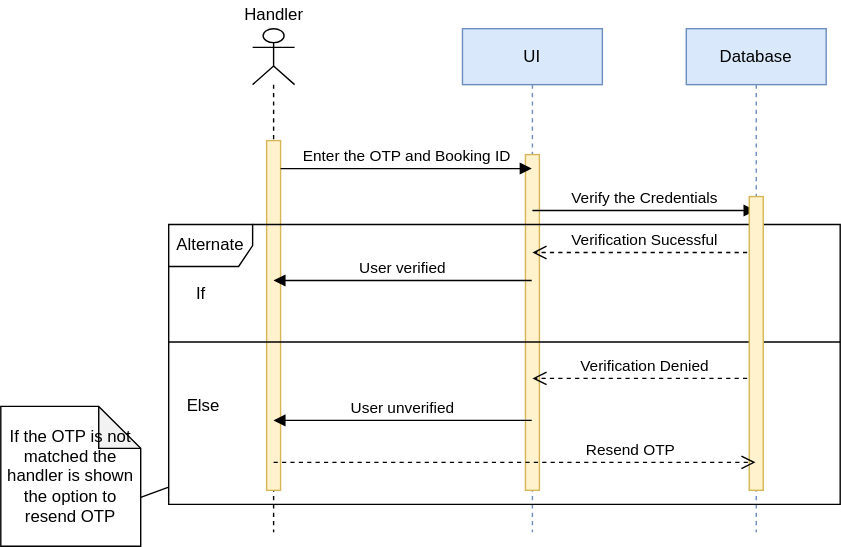
DhruvKulkarni86/Bike-Rental-System keeps this draw.io diagram as Diagrams/Sequence/verify_sequence.svg. Above is the earlier version. Source tidied: cells renumbered, new cells last; positions are measured from the earlier drawing's top-left corner, leaving out a move shared by most shapes. The source it was exported from:
```xml
<mxGraphModel background="#ffffff">
  <root>
    <mxCell id="0" />
    <mxCell id="1" parent="0" />
    <mxCell id="2" style="shape=umlLifeline;participant=umlActor;perimeter=lifelinePerimeter;whiteSpace=wrap;html=1;verticalAlign=top;spacingTop=36;outlineConnect=0;" parent="1" vertex="1">
      <mxGeometry x="180" y="20" width="30" height="360" as="geometry" />
    </mxCell>
    <mxCell id="3" style="html=1;perimeter=orthogonalPerimeter;fillColor=#fff2cc;strokeColor=#d6b656;" parent="2" vertex="1">
      <mxGeometry x="10" y="80" width="10" height="250" as="geometry" />
    </mxCell>
    <mxCell id="4" value="UI" style="shape=umlLifeline;perimeter=lifelinePerimeter;whiteSpace=wrap;html=1;outlineConnect=0;fillColor=#dae8fc;strokeColor=#6c8ebf;" parent="1" vertex="1">
      <mxGeometry x="330" y="20" width="100" height="360" as="geometry" />
    </mxCell>
    <mxCell id="5" style="html=1;perimeter=orthogonalPerimeter;fillColor=#fff2cc;strokeColor=#d6b656;" parent="4" vertex="1">
      <mxGeometry x="45" y="90" width="10" height="240" as="geometry" />
    </mxCell>
    <mxCell id="6" value="Enter the OTP and Booking ID" style="html=1;verticalAlign=bottom;endArrow=block;" parent="1" edge="1" target="4">
      <mxGeometry relative="1" as="geometry">
        <mxPoint x="200" y="120" as="sourcePoint" />
      </mxGeometry>
    </mxCell>
    <mxCell id="7" value="Handler" style="text;html=1;align=center;verticalAlign=middle;rotation=0;" parent="1" vertex="1">
      <mxGeometry x="165" width="60" height="20" as="geometry" />
    </mxCell>
    <mxCell id="8" value="Database" style="shape=umlLifeline;perimeter=lifelinePerimeter;whiteSpace=wrap;html=1;outlineConnect=0;fillColor=#dae8fc;strokeColor=#6c8ebf;" parent="1" vertex="1">
      <mxGeometry x="490" y="20" width="100" height="360" as="geometry" />
    </mxCell>
    <mxCell id="9" value="Verify the Credentials" style="html=1;verticalAlign=bottom;endArrow=block;" parent="1" edge="1" target="8">
      <mxGeometry relative="1" as="geometry">
        <mxPoint x="380" y="150" as="sourcePoint" />
        <Array as="points">
          <mxPoint x="460" y="150" />
        </Array>
      </mxGeometry>
    </mxCell>
    <mxCell id="10" value="Verification Sucessful" style="html=1;verticalAlign=bottom;endArrow=open;dashed=1;endSize=8;" parent="1" edge="1">
      <mxGeometry relative="1" as="geometry">
        <mxPoint x="539.5" y="180" as="sourcePoint" />
        <mxPoint x="380" y="180" as="targetPoint" />
        <Array as="points">
          <mxPoint x="510" y="180" />
          <mxPoint x="470" y="180" />
          <mxPoint x="420" y="180" />
        </Array>
      </mxGeometry>
    </mxCell>
    <mxCell id="11" value="User verified" style="html=1;verticalAlign=bottom;endArrow=block;" parent="1" edge="1" source="4" target="2">
      <mxGeometry relative="1" as="geometry">
        <Array as="points">
          <mxPoint x="310" y="200" />
        </Array>
      </mxGeometry>
    </mxCell>
    <mxCell id="12" value="Verification Denied" style="html=1;verticalAlign=bottom;endArrow=open;dashed=1;endSize=8;" parent="1" edge="1" source="8">
      <mxGeometry relative="1" as="geometry">
        <mxPoint x="380" y="270" as="targetPoint" />
      </mxGeometry>
    </mxCell>
    <mxCell id="13" value="User unverified" style="html=1;verticalAlign=bottom;endArrow=block;" parent="1" edge="1" source="4" target="2">
      <mxGeometry relative="1" as="geometry">
        <Array as="points">
          <mxPoint x="270" y="300" />
        </Array>
      </mxGeometry>
    </mxCell>
    <mxCell id="14" value="Alternate" style="shape=umlFrame;whiteSpace=wrap;html=1;" parent="1" vertex="1">
      <mxGeometry x="120" y="160" width="480" height="200" as="geometry" />
    </mxCell>
    <mxCell id="15" style="line;strokeWidth=1;fillColor=none;align=left;verticalAlign=middle;spacingTop=-1;spacingLeft=3;spacingRight=3;labelPosition=right;" parent="1" vertex="1">
      <mxGeometry x="120" y="240" width="480" height="8" as="geometry" />
    </mxCell>
    <mxCell id="16" style="html=1;perimeter=orthogonalPerimeter;fillColor=#fff2cc;strokeColor=#d6b656;" parent="1" vertex="1">
      <mxGeometry x="535" y="140" width="10" height="210" as="geometry" />
    </mxCell>
    <mxCell id="17" value="If&amp;nbsp;" style="text;html=1;strokeColor=none;fillColor=none;align=center;verticalAlign=middle;whiteSpace=wrap;rounded=0;" parent="1" vertex="1">
      <mxGeometry x="125" y="200" width="40" height="20" as="geometry" />
    </mxCell>
    <mxCell id="18" value="Else" style="text;html=1;strokeColor=none;fillColor=none;align=center;verticalAlign=middle;whiteSpace=wrap;rounded=0;" parent="1" vertex="1">
      <mxGeometry x="125" y="280" width="40" height="20" as="geometry" />
    </mxCell>
    <mxCell id="19" value="Resend OTP" style="html=1;verticalAlign=bottom;endArrow=open;dashed=1;endSize=8;" parent="1" edge="1" target="8">
      <mxGeometry x="0.48" relative="1" as="geometry">
        <mxPoint x="195" y="330" as="sourcePoint" />
        <Array as="points">
          <mxPoint x="260" y="330" />
        </Array>
      </mxGeometry>
    </mxCell>
    <mxCell id="20" value="If the OTP is not matched the handler is shown the option to resend OTP" style="shape=note;whiteSpace=wrap;html=1;backgroundOutline=1;darkOpacity=0.05;" parent="1" vertex="1">
      <mxGeometry y="290" width="100" height="100" as="geometry" />
    </mxCell>
    <mxCell id="21" style="endArrow=none;html=1;" parent="1" edge="1" target="14">
      <mxGeometry relative="1" as="geometry">
        <mxPoint x="100" y="355" as="sourcePoint" />
      </mxGeometry>
    </mxCell>
  </root>
</mxGraphModel>
```
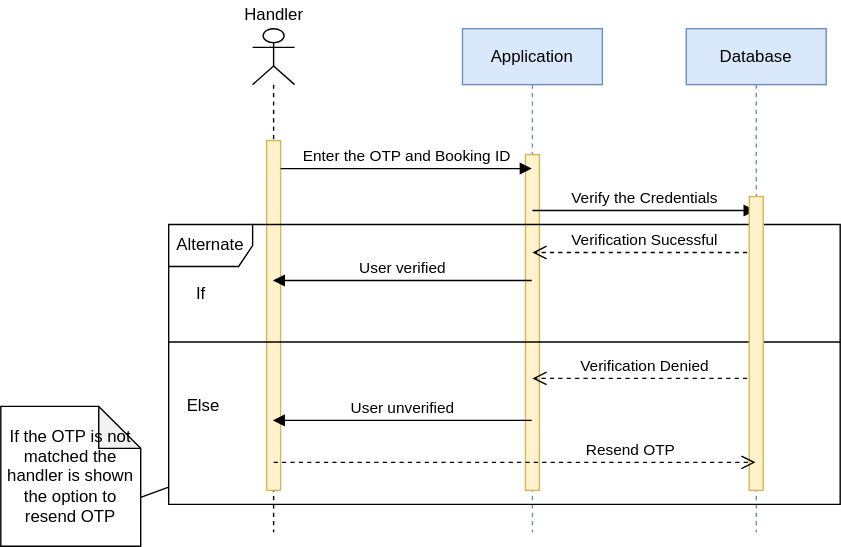
After the commit.

The edit, as a diff of the source:
```diff
@@ -8,7 +8,7 @@
     <mxCell id="3" style="html=1;perimeter=orthogonalPerimeter;fillColor=#fff2cc;strokeColor=#d6b656;" parent="2" vertex="1">
       <mxGeometry x="10" y="80" width="10" height="250" as="geometry" />
     </mxCell>
-    <mxCell id="4" value="UI" style="shape=umlLifeline;perimeter=lifelinePerimeter;whiteSpace=wrap;html=1;outlineConnect=0;fillColor=#dae8fc;strokeColor=#6c8ebf;" parent="1" vertex="1">
+    <mxCell id="4" value="Application" style="shape=umlLifeline;perimeter=lifelinePerimeter;whiteSpace=wrap;html=1;outlineConnect=0;fillColor=#dae8fc;strokeColor=#6c8ebf;" parent="1" vertex="1">
       <mxGeometry x="330" y="20" width="100" height="360" as="geometry" />
     </mxCell>
     <mxCell id="5" style="html=1;perimeter=orthogonalPerimeter;fillColor=#fff2cc;strokeColor=#d6b656;" parent="4" vertex="1">
```
